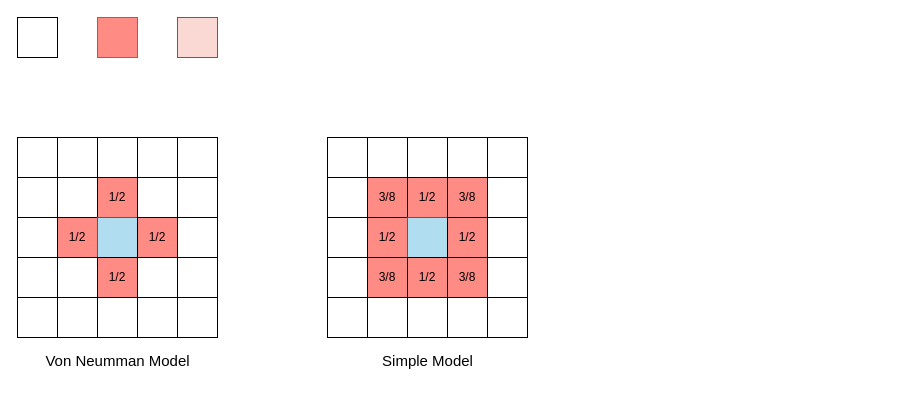
Before: 元胞自动机森林火灾模式矩阵.drawio in Creammilky/draw.io, a draw.io diagram. Source tidied: cells renumbered, new cells numbered last; positions are measured from the earlier drawing's top-left corner, leaving out a move shared by most shapes. Both pictures are drawn from the tidied source at 100%, with x=0, y=0 at pixel (17, 17).
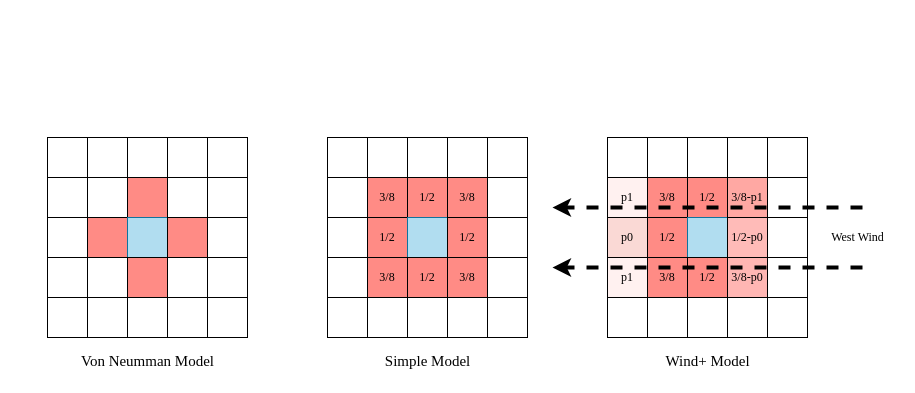
The same diagram, later.

Commit message (it also covers changes not shown here):
元胞自动机森林火灾模式矩阵.drawio を更新します

What changed in the source:
```diff
@@
     <mxCell id="2" style="whiteSpace=wrap;html=1;" parent="1" vertex="1">
-      <mxGeometry y="120" width="200" height="200" as="geometry" />
+      <mxGeometry x="30" y="120" width="200" height="200" as="geometry" />
     </mxCell>
-    <mxCell id="3" style="whiteSpace=wrap;html=1;" parent="1" vertex="1">
-      <mxGeometry width="40" height="40" as="geometry" />
-    </mxCell>
-    <mxCell id="4" style="whiteSpace=wrap;html=1;fillColor=#ff8b85;strokeColor=#b85450;" parent="1" vertex="1">
-      <mxGeometry x="80" width="40" height="40" as="geometry" />
-    </mxCell>
-    <mxCell id="5" style="whiteSpace=wrap;html=1;fillColor=#fad9d5;strokeColor=#ae4132;" parent="1" vertex="1">
-      <mxGeometry x="160" width="40" height="40" as="geometry" />
-    </mxCell>
     <mxCell id="6" style="whiteSpace=wrap;html=1;" parent="1" vertex="1">
-      <mxGeometry y="120" width="40" height="40" as="geometry" />
+      <mxGeometry x="30" y="120" width="40" height="40" as="geometry" />
     </mxCell>
     <mxCell id="7" style="whiteSpace=wrap;html=1;" parent="1" vertex="1">
-      <mxGeometry x="40" y="120" width="40" height="40" as="geometry" />
+      <mxGeometry x="70" y="120" width="40" height="40" as="geometry" />
     </mxCell>
     <mxCell id="8" style="whiteSpace=wrap;html=1;" parent="1" vertex="1">
-      <mxGeometry x="80" y="120" width="40" height="40" as="geometry" />
+      <mxGeometry x="110" y="120" width="40" height="40" as="geometry" />
     </mxCell>
     <mxCell id="9" style="whiteSpace=wrap;html=1;" parent="1" vertex="1">
-      <mxGeometry x="120" y="120" width="40" height="40" as="geometry" />
+      <mxGeometry x="150" y="120" width="40" height="40" as="geometry" />
     </mxCell>
     <mxCell id="10" style="whiteSpace=wrap;html=1;" parent="1" vertex="1">
-      <mxGeometry x="160" y="120" width="40" height="40" as="geometry" />
+      <mxGeometry x="190" y="120" width="40" height="40" as="geometry" />
     </mxCell>
     <mxCell id="11" style="whiteSpace=wrap;html=1;" parent="1" vertex="1">
-      <mxGeometry y="160" width="40" height="40" as="geometry" />
+      <mxGeometry x="30" y="160" width="40" height="40" as="geometry" />
     </mxCell>
-    <mxCell id="12" value="1/2" style="whiteSpace=wrap;html=1;fillColor=#ff8b85;" parent="1" vertex="1">
-      <mxGeometry x="80" y="160" width="40" height="40" as="geometry" />
+    <mxCell id="12" style="whiteSpace=wrap;html=1;fillColor=#ff8b85;" parent="1" vertex="1">
+      <mxGeometry x="110" y="160" width="40" height="40" as="geometry" />
     </mxCell>
     <mxCell id="13" style="whiteSpace=wrap;html=1;" parent="1" vertex="1">
-      <mxGeometry x="160" y="160" width="40" height="40" as="geometry" />
+      <mxGeometry x="190" y="160" width="40" height="40" as="geometry" />
     </mxCell>
     <mxCell id="14" style="whiteSpace=wrap;html=1;" parent="1" vertex="1">
-      <mxGeometry y="200" width="40" height="40" as="geometry" />
+      <mxGeometry x="30" y="200" width="40" height="40" as="geometry" />
     </mxCell>
-    <mxCell id="15" value="1/2" style="whiteSpace=wrap;html=1;fillColor=#ff8b85;" parent="1" vertex="1">
-      <mxGeometry x="40" y="200" width="40" height="40" as="geometry" />
+    <mxCell id="15" style="whiteSpace=wrap;html=1;fillColor=#ff8b85;" parent="1" vertex="1">
+      <mxGeometry x="70" y="200" width="40" height="40" as="geometry" />
     </mxCell>
     <mxCell id="16" style="whiteSpace=wrap;html=1;fillColor=#b1ddf0;strokeColor=#10739e;" parent="1" vertex="1">
-      <mxGeometry x="80" y="200" width="40" height="40" as="geometry" />
+      <mxGeometry x="110" y="200" width="40" height="40" as="geometry" />
     </mxCell>
-    <mxCell id="17" value="1/2" style="whiteSpace=wrap;html=1;fillColor=#ff8b85;" parent="1" vertex="1">
-      <mxGeometry x="120" y="200" width="40" height="40" as="geometry" />
+    <mxCell id="17" style="whiteSpace=wrap;html=1;fillColor=#ff8b85;" parent="1" vertex="1">
+      <mxGeometry x="150" y="200" width="40" height="40" as="geometry" />
     </mxCell>
     <mxCell id="18" style="whiteSpace=wrap;html=1;" parent="1" vertex="1">
-      <mxGeometry x="160" y="200" width="40" height="40" as="geometry" />
+      <mxGeometry x="190" y="200" width="40" height="40" as="geometry" />
     </mxCell>
     <mxCell id="19" style="whiteSpace=wrap;html=1;" parent="1" vertex="1">
-      <mxGeometry y="240" width="40" height="40" as="geometry" />
+      <mxGeometry x="30" y="240" width="40" height="40" as="geometry" />
     </mxCell>
-    <mxCell id="20" value="1/2" style="whiteSpace=wrap;html=1;fillColor=#ff8b85;" parent="1" vertex="1">
-      <mxGeometry x="80" y="240" width="40" height="40" as="geometry" />
+    <mxCell id="20" style="whiteSpace=wrap;html=1;fillColor=#ff8b85;" parent="1" vertex="1">
+      <mxGeometry x="110" y="240" width="40" height="40" as="geometry" />
     </mxCell>
     <mxCell id="21" style="whiteSpace=wrap;html=1;" parent="1" vertex="1">
-      <mxGeometry x="160" y="240" width="40" height="40" as="geometry" />
+      <mxGeometry x="190" y="240" width="40" height="40" as="geometry" />
     </mxCell>
     <mxCell id="22" style="whiteSpace=wrap;html=1;" parent="1" vertex="1">
-      <mxGeometry y="280" width="40" height="40" as="geometry" />
+      <mxGeometry x="30" y="280" width="40" height="40" as="geometry" />
     </mxCell>
     <mxCell id="23" style="whiteSpace=wrap;html=1;" parent="1" vertex="1">
-      <mxGeometry x="40" y="280" width="40" height="40" as="geometry" />
+      <mxGeometry x="70" y="280" width="40" height="40" as="geometry" />
     </mxCell>
     <mxCell id="24" style="whiteSpace=wrap;html=1;" parent="1" vertex="1">
-      <mxGeometry x="80" y="280" width="40" height="40" as="geometry" />
+      <mxGeometry x="110" y="280" width="40" height="40" as="geometry" />
     </mxCell>
     <mxCell id="25" style="whiteSpace=wrap;html=1;" parent="1" vertex="1">
-      <mxGeometry x="120" y="280" width="40" height="40" as="geometry" />
+      <mxGeometry x="150" y="280" width="40" height="40" as="geometry" />
     </mxCell>
     <mxCell id="26" style="whiteSpace=wrap;html=1;" parent="1" vertex="1">
-      <mxGeometry x="160" y="280" width="40" height="40" as="geometry" />
+      <mxGeometry x="190" y="280" width="40" height="40" as="geometry" />
     </mxCell>
-    <mxCell id="27" value="&lt;font style=&quot;font-size: 15px;&quot;&gt;Von Neumman Model&lt;/font&gt;" style="text;html=1;align=center;verticalAlign=middle;strokeColor=none;fillColor=none;" parent="1" vertex="1">
-      <mxGeometry x="15" y="328" width="170" height="30" as="geometry" />
+    <mxCell id="27" value="&lt;font style=&quot;font-size: 15px;&quot;&gt;Von Neumman Model&lt;/font&gt;" style="text;html=1;align=center;verticalAlign=middle;strokeColor=none;fillColor=none;fontFamily=Times New Roman;" parent="1" vertex="1">
+      <mxGeometry x="50" y="328" width="160" height="30" as="geometry" />
     </mxCell>
@@
-    <mxCell id="35" value="3/8" style="whiteSpace=wrap;html=1;fillColor=#ff8b85;" parent="1" vertex="1">
+    <mxCell id="35" value="3/8" style="whiteSpace=wrap;html=1;fillColor=#ff8b85;fontFamily=Times New Roman;" parent="1" vertex="1">
       <mxGeometry x="350" y="160" width="40" height="40" as="geometry" />
     </mxCell>
-    <mxCell id="36" value="1/2" style="whiteSpace=wrap;html=1;fillColor=#ff8b85;" parent="1" vertex="1">
+    <mxCell id="36" value="1/2" style="whiteSpace=wrap;html=1;fillColor=#ff8b85;fontFamily=Times New Roman;" parent="1" vertex="1">
       <mxGeometry x="390" y="160" width="40" height="40" as="geometry" />
     </mxCell>
-    <mxCell id="37" value="3/8" style="whiteSpace=wrap;html=1;fillColor=#ff8b85;" parent="1" vertex="1">
+    <mxCell id="37" value="3/8" style="whiteSpace=wrap;html=1;fillColor=#ff8b85;fontFamily=Times New Roman;" parent="1" vertex="1">
       <mxGeometry x="430" y="160" width="40" height="40" as="geometry" />
     </mxCell>
@@
-    <mxCell id="40" value="1/2" style="whiteSpace=wrap;html=1;fillColor=#ff8b85;" parent="1" vertex="1">
+    <mxCell id="40" value="1/2" style="whiteSpace=wrap;html=1;fillColor=#ff8b85;fontFamily=Times New Roman;" parent="1" vertex="1">
       <mxGeometry x="350" y="200" width="40" height="40" as="geometry" />
     </mxCell>
@@
-    <mxCell id="42" value="1/2" style="whiteSpace=wrap;html=1;fillColor=#ff8b85;" parent="1" vertex="1">
+    <mxCell id="42" value="1/2" style="whiteSpace=wrap;html=1;fillColor=#ff8b85;fontFamily=Times New Roman;" parent="1" vertex="1">
       <mxGeometry x="430" y="200" width="40" height="40" as="geometry" />
     </mxCell>
@@
-    <mxCell id="45" value="3/8" style="whiteSpace=wrap;html=1;fillColor=#ff8b85;" parent="1" vertex="1">
+    <mxCell id="45" value="3/8" style="whiteSpace=wrap;html=1;fillColor=#ff8b85;fontFamily=Times New Roman;" parent="1" vertex="1">
       <mxGeometry x="350" y="240" width="40" height="40" as="geometry" />
     </mxCell>
-    <mxCell id="46" value="1/2" style="whiteSpace=wrap;html=1;fillColor=#ff8b85;" parent="1" vertex="1">
+    <mxCell id="46" value="1/2" style="whiteSpace=wrap;html=1;fillColor=#ff8b85;fontFamily=Times New Roman;" parent="1" vertex="1">
       <mxGeometry x="390" y="240" width="40" height="40" as="geometry" />
     </mxCell>
-    <mxCell id="47" value="3/8" style="whiteSpace=wrap;html=1;fillColor=#ff8b85;" parent="1" vertex="1">
+    <mxCell id="47" value="3/8" style="whiteSpace=wrap;html=1;fillColor=#ff8b85;fontFamily=Times New Roman;" parent="1" vertex="1">
       <mxGeometry x="430" y="240" width="40" height="40" as="geometry" />
     </mxCell>
@@
-    <mxCell id="54" value="&lt;font style=&quot;font-size: 15px;&quot;&gt;Simple Model&lt;/font&gt;" style="text;html=1;align=center;verticalAlign=middle;strokeColor=none;fillColor=none;" parent="1" vertex="1">
+    <mxCell id="54" value="&lt;font style=&quot;font-size: 15px;&quot;&gt;Simple Model&lt;/font&gt;" style="text;html=1;align=center;verticalAlign=middle;strokeColor=none;fillColor=none;fontFamily=Times New Roman;" parent="1" vertex="1">
       <mxGeometry x="355" y="328" width="110" height="30" as="geometry" />
     </mxCell>
+    <mxCell id="55" style="whiteSpace=wrap;html=1;" parent="1" vertex="1">
+      <mxGeometry x="590" y="120" width="200" height="200" as="geometry" />
+    </mxCell>
+    <mxCell id="56" style="whiteSpace=wrap;html=1;" parent="1" vertex="1">
+      <mxGeometry x="590" y="120" width="40" height="40" as="geometry" />
+    </mxCell>
+    <mxCell id="57" style="whiteSpace=wrap;html=1;" parent="1" vertex="1">
+      <mxGeometry x="630" y="120" width="40" height="40" as="geometry" />
+    </mxCell>
+    <mxCell id="58" style="whiteSpace=wrap;html=1;" parent="1" vertex="1">
+      <mxGeometry x="670" y="120" width="40" height="40" as="geometry" />
+    </mxCell>
+    <mxCell id="59" style="whiteSpace=wrap;html=1;" parent="1" vertex="1">
+      <mxGeometry x="710" y="120" width="40" height="40" as="geometry" />
+    </mxCell>
+    <mxCell id="60" style="whiteSpace=wrap;html=1;" parent="1" vertex="1">
+      <mxGeometry x="750" y="120" width="40" height="40" as="geometry" />
+    </mxCell>
+    <mxCell id="61" value="p1" style="whiteSpace=wrap;html=1;fillColor=#fff1f0;fontFamily=Times New Roman;" parent="1" vertex="1">
+      <mxGeometry x="590" y="160" width="40" height="40" as="geometry" />
+    </mxCell>
+    <mxCell id="62" value="3/8" style="whiteSpace=wrap;html=1;fillColor=#ff8b85;fontFamily=Times New Roman;" parent="1" vertex="1">
+      <mxGeometry x="630" y="160" width="40" height="40" as="geometry" />
+    </mxCell>
+    <mxCell id="63" value="1/2" style="whiteSpace=wrap;html=1;fillColor=#ff8b85;fontFamily=Times New Roman;" parent="1" vertex="1">
+      <mxGeometry x="670" y="160" width="40" height="40" as="geometry" />
+    </mxCell>
+    <mxCell id="64" value="3/8-p1" style="whiteSpace=wrap;html=1;fillColor=#ffa8a3;fontFamily=Times New Roman;" parent="1" vertex="1">
+      <mxGeometry x="710" y="160" width="40" height="40" as="geometry" />
+    </mxCell>
+    <mxCell id="65" style="whiteSpace=wrap;html=1;" parent="1" vertex="1">
+      <mxGeometry x="750" y="160" width="40" height="40" as="geometry" />
+    </mxCell>
+    <mxCell id="66" value="p0" style="whiteSpace=wrap;html=1;fillColor=#fad9d5;fontFamily=Times New Roman;" parent="1" vertex="1">
+      <mxGeometry x="590" y="200" width="40" height="40" as="geometry" />
+    </mxCell>
+    <mxCell id="67" value="1/2" style="whiteSpace=wrap;html=1;fillColor=#ff8b85;fontFamily=Times New Roman;" parent="1" vertex="1">
+      <mxGeometry x="630" y="200" width="40" height="40" as="geometry" />
+    </mxCell>
+    <mxCell id="68" style="whiteSpace=wrap;html=1;fillColor=#b1ddf0;strokeColor=#10739e;" parent="1" vertex="1">
+      <mxGeometry x="670" y="200" width="40" height="40" as="geometry" />
+    </mxCell>
+    <mxCell id="69" value="1/2-p0" style="whiteSpace=wrap;html=1;fillColor=#ffbbb8;fontFamily=Times New Roman;" parent="1" vertex="1">
+      <mxGeometry x="710" y="200" width="40" height="40" as="geometry" />
+    </mxCell>
+    <mxCell id="70" style="whiteSpace=wrap;html=1;" parent="1" vertex="1">
+      <mxGeometry x="750" y="200" width="40" height="40" as="geometry" />
+    </mxCell>
+    <mxCell id="71" value="p1" style="whiteSpace=wrap;html=1;fillColor=#fff1f0;fontFamily=Times New Roman;" parent="1" vertex="1">
+      <mxGeometry x="590" y="240" width="40" height="40" as="geometry" />
+    </mxCell>
+    <mxCell id="72" value="3/8" style="whiteSpace=wrap;html=1;fillColor=#ff8b85;fontFamily=Times New Roman;" parent="1" vertex="1">
+      <mxGeometry x="630" y="240" width="40" height="40" as="geometry" />
+    </mxCell>
+    <mxCell id="73" value="1/2" style="whiteSpace=wrap;html=1;fillColor=#ff8b85;fontFamily=Times New Roman;" parent="1" vertex="1">
+      <mxGeometry x="670" y="240" width="40" height="40" as="geometry" />
+    </mxCell>
+    <mxCell id="74" value="3/8-p0" style="whiteSpace=wrap;html=1;fillColor=#ffb6b3;fontFamily=Times New Roman;" parent="1" vertex="1">
+      <mxGeometry x="710" y="240" width="40" height="40" as="geometry" />
+    </mxCell>
+    <mxCell id="75" style="whiteSpace=wrap;html=1;" parent="1" vertex="1">
+      <mxGeometry x="750" y="240" width="40" height="40" as="geometry" />
+    </mxCell>
+    <mxCell id="76" style="whiteSpace=wrap;html=1;" parent="1" vertex="1">
+      <mxGeometry x="590" y="280" width="40" height="40" as="geometry" />
+    </mxCell>
+    <mxCell id="77" style="whiteSpace=wrap;html=1;" parent="1" vertex="1">
+      <mxGeometry x="630" y="280" width="40" height="40" as="geometry" />
+    </mxCell>
+    <mxCell id="78" style="whiteSpace=wrap;html=1;" parent="1" vertex="1">
+      <mxGeometry x="670" y="280" width="40" height="40" as="geometry" />
+    </mxCell>
+    <mxCell id="79" style="whiteSpace=wrap;html=1;" parent="1" vertex="1">
+      <mxGeometry x="710" y="280" width="40" height="40" as="geometry" />
+    </mxCell>
+    <mxCell id="80" style="whiteSpace=wrap;html=1;" parent="1" vertex="1">
+      <mxGeometry x="750" y="280" width="40" height="40" as="geometry" />
+    </mxCell>
+    <mxCell id="81" value="&lt;font style=&quot;font-size: 15px;&quot;&gt;Wind+ Model&lt;/font&gt;" style="text;html=1;align=center;verticalAlign=middle;strokeColor=none;fillColor=none;fontFamily=Times New Roman;" parent="1" vertex="1">
+      <mxGeometry x="635" y="328" width="110" height="30" as="geometry" />
+    </mxCell>
+    <mxCell id="82" style="endArrow=classic;html=1;rounded=0;strokeWidth=4;dashed=1;" parent="1" edge="1">
+      <mxGeometry relative="1" as="geometry">
+        <mxPoint x="845" y="190" as="sourcePoint" />
+        <mxPoint x="535" y="190" as="targetPoint" />
+      </mxGeometry>
+    </mxCell>
+    <mxCell id="83" style="endArrow=classic;html=1;rounded=0;strokeWidth=4;dashed=1;" parent="1" edge="1">
+      <mxGeometry relative="1" as="geometry">
+        <mxPoint x="845" y="250" as="sourcePoint" />
+        <mxPoint x="535" y="250" as="targetPoint" />
+      </mxGeometry>
+    </mxCell>
+    <mxCell id="84" value="West Wind" style="text;html=1;align=center;verticalAlign=middle;strokeColor=none;fillColor=none;fontFamily=Times New Roman;" parent="1" vertex="1">
+      <mxGeometry x="800" y="205" width="80" height="30" as="geometry" />
+    </mxCell>
```
